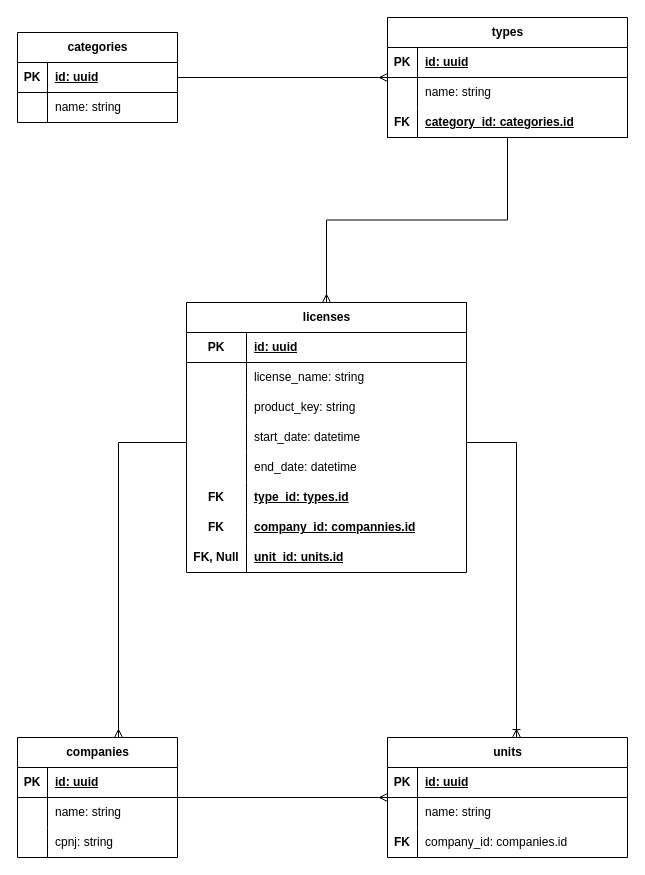
Above: backend/database/diagram.drawio in gabrielng-rj99/CHOP (draw.io), before the change. Source tidied: cells renumbered, new cells numbered last; positions are measured from the earlier drawing's top-left corner, leaving out a move shared by most shapes. Both pictures are drawn from the tidied source at 100%, with x=0, y=0 at pixel (17, 17).
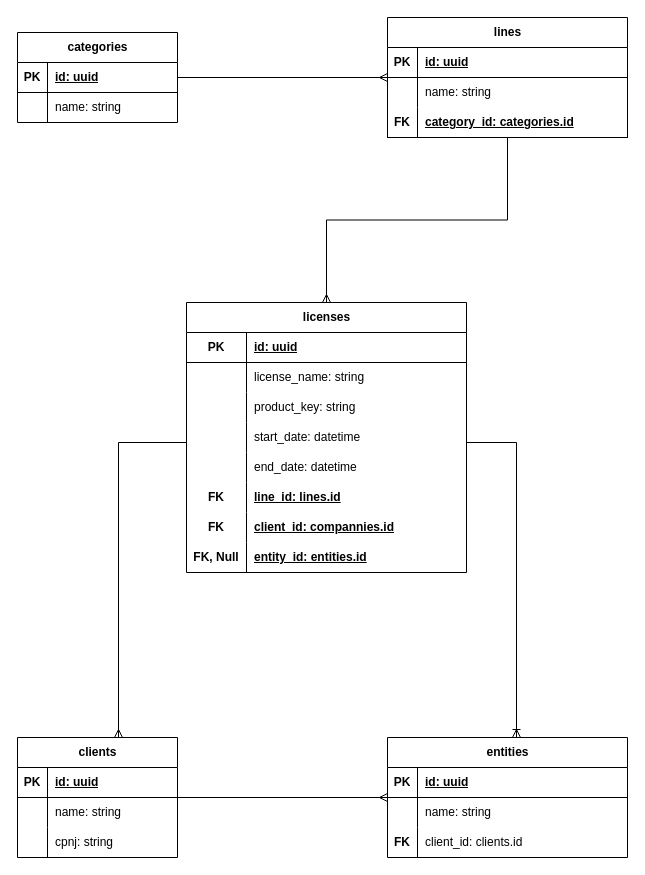
After the change.

The change refers to these unchanged cells:
```xml
<mxCell id="37" style="shape=tableRow;horizontal=0;startSize=0;swimlaneHead=0;swimlaneBody=0;fillColor=none;top=0;left=0;right=0;bottom=0;" parent="21" vertex="1">
  <mxGeometry y="180" width="280" height="30" as="geometry" />
</mxCell>
<mxCell id="40" style="shape=tableRow;horizontal=0;startSize=0;swimlaneHead=0;swimlaneBody=0;fillColor=none;top=0;left=0;right=0;bottom=0;" parent="21" vertex="1">
  <mxGeometry y="210" width="280" height="30" as="geometry" />
</mxCell>
<mxCell id="43" style="shape=tableRow;horizontal=0;startSize=0;swimlaneHead=0;swimlaneBody=0;fillColor=none;top=0;left=0;right=0;bottom=0;" parent="21" vertex="1">
  <mxGeometry y="240" width="280" height="30" as="geometry" />
</mxCell>
<mxCell id="65" style="shape=tableRow;horizontal=0;startSize=0;swimlaneHead=0;swimlaneBody=0;fillColor=none;top=0;left=0;right=0;bottom=0;" parent="58" vertex="1">
  <mxGeometry y="90" width="240" height="30" as="geometry" />
</mxCell>
```

Diff of the diagram source:
```diff
@@
-    <mxCell id="3" value="types" style="shape=table;startSize=30;childLayout=tableLayout;rowLines=0;fontStyle=1;align=center;html=1;" parent="1" vertex="1">
+    <mxCell id="3" value="lines" style="shape=table;startSize=30;childLayout=tableLayout;rowLines=0;fontStyle=1;align=center;html=1;" parent="1" vertex="1">
       <mxGeometry x="370" width="240" height="120" as="geometry" />
     </mxCell>
@@
-    <mxCell id="39" value="&lt;b&gt;&lt;u&gt;type_id: types.id&lt;/u&gt;&lt;/b&gt;" style="shape=partialRectangle;fillColor=none;top=0;left=0;bottom=0;right=0;align=left;spacingLeft=6;overflow=hidden;whiteSpace=wrap;html=1;" parent="37" vertex="1">
+    <mxCell id="39" value="&lt;b&gt;&lt;u&gt;line_id: lines.id&lt;/u&gt;&lt;/b&gt;" style="shape=partialRectangle;fillColor=none;top=0;left=0;bottom=0;right=0;align=left;spacingLeft=6;overflow=hidden;whiteSpace=wrap;html=1;" parent="37" vertex="1">
       <mxGeometry x="60" width="220" height="30" as="geometry" />
     </mxCell>
@@
-    <mxCell id="42" value="&lt;b&gt;&lt;u&gt;company_id: compannies.id&lt;/u&gt;&lt;/b&gt;" style="shape=partialRectangle;fillColor=none;top=0;left=0;bottom=0;right=0;align=left;spacingLeft=6;overflow=hidden;whiteSpace=wrap;html=1;" parent="40" vertex="1">
+    <mxCell id="42" value="&lt;b&gt;&lt;u&gt;client_id: compannies.id&lt;/u&gt;&lt;/b&gt;" style="shape=partialRectangle;fillColor=none;top=0;left=0;bottom=0;right=0;align=left;spacingLeft=6;overflow=hidden;whiteSpace=wrap;html=1;" parent="40" vertex="1">
       <mxGeometry x="60" width="220" height="30" as="geometry" />
     </mxCell>
@@
-    <mxCell id="45" value="&lt;b&gt;&lt;u&gt;unit_id: units.id&lt;/u&gt;&lt;/b&gt;" style="shape=partialRectangle;fillColor=none;top=0;left=0;bottom=0;right=0;align=left;spacingLeft=6;overflow=hidden;whiteSpace=wrap;html=1;" parent="43" vertex="1">
+    <mxCell id="45" value="&lt;b&gt;&lt;u&gt;entity_id: entities.id&lt;/u&gt;&lt;/b&gt;" style="shape=partialRectangle;fillColor=none;top=0;left=0;bottom=0;right=0;align=left;spacingLeft=6;overflow=hidden;whiteSpace=wrap;html=1;" parent="43" vertex="1">
       <mxGeometry x="60" width="220" height="30" as="geometry" />
     </mxCell>
@@
-    <mxCell id="48" value="companies" style="shape=table;startSize=30;childLayout=tableLayout;rowLines=0;fontStyle=1;align=center;html=1;" parent="1" vertex="1">
+    <mxCell id="48" value="clients" style="shape=table;startSize=30;childLayout=tableLayout;rowLines=0;fontStyle=1;align=center;html=1;" parent="1" vertex="1">
       <mxGeometry y="720" width="160" height="120" as="geometry" />
     </mxCell>
@@
-    <mxCell id="58" value="units" style="shape=table;startSize=30;childLayout=tableLayout;rowLines=0;fontStyle=1;align=center;html=1;" parent="1" vertex="1">
+    <mxCell id="58" value="entities" style="shape=table;startSize=30;childLayout=tableLayout;rowLines=0;fontStyle=1;align=center;html=1;" parent="1" vertex="1">
       <mxGeometry x="370" y="720" width="240" height="120" as="geometry" />
     </mxCell>
@@
-    <mxCell id="67" value="company_id: companies.id" style="shape=partialRectangle;fillColor=none;top=0;left=0;bottom=0;right=0;align=left;spacingLeft=6;overflow=hidden;whiteSpace=wrap;html=1;" parent="65" vertex="1">
+    <mxCell id="67" value="client_id: clients.id" style="shape=partialRectangle;fillColor=none;top=0;left=0;bottom=0;right=0;align=left;spacingLeft=6;overflow=hidden;whiteSpace=wrap;html=1;" parent="65" vertex="1">
       <mxGeometry x="30" width="210" height="30" as="geometry" />
     </mxCell>
```
